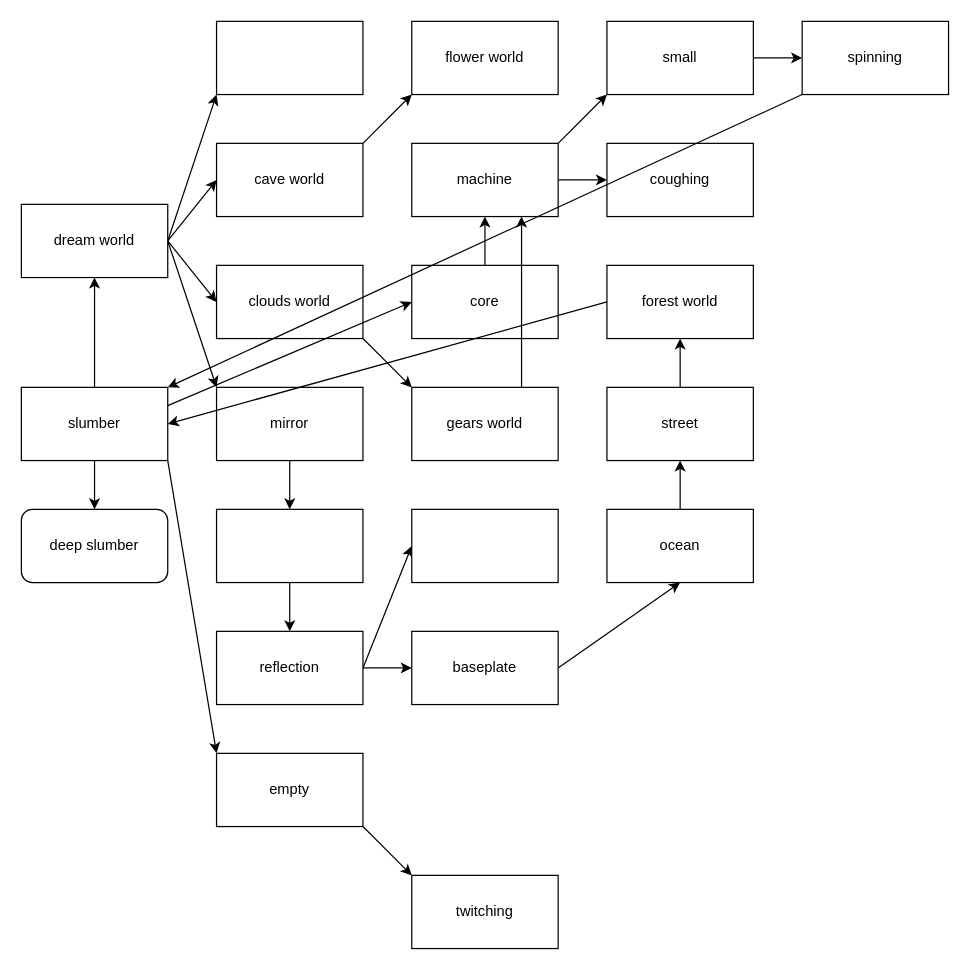
Before: dream diary roblock.drawio in frogdogprog/frogdogprog, a draw.io diagram. Source tidied: cells renumbered, new cells numbered last; positions are measured from the earlier drawing's top-left corner, leaving out a move shared by most shapes. Both pictures are drawn from the tidied source at 122%, with x=0, y=0 at pixel (21, 21).
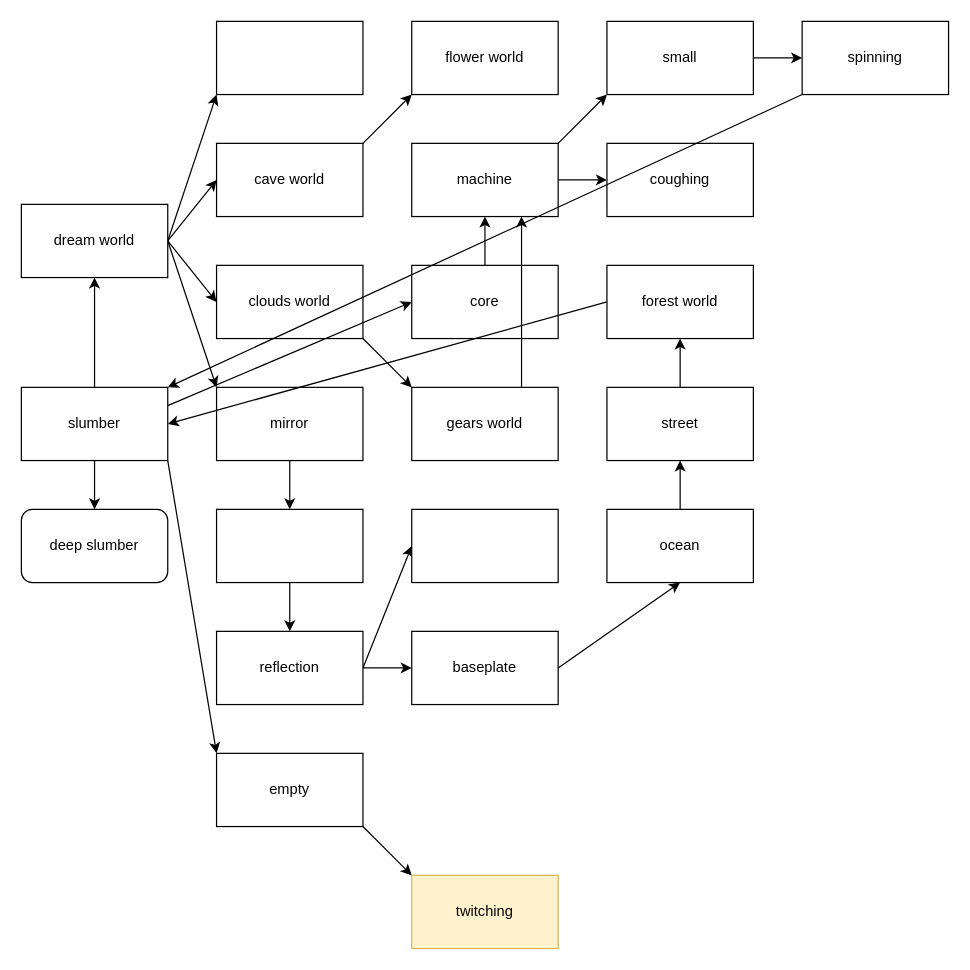
The same page after the edit.

Change to the diagram source:
```diff
@@
-    <mxCell id="49" value="twitching" style="rounded=0;whiteSpace=wrap;html=1;shadow=0;" parent="1" vertex="1">
+    <mxCell id="49" value="twitching" style="rounded=0;whiteSpace=wrap;html=1;shadow=0;fillColor=#fff2cc;strokeColor=#d6b656;" parent="1" vertex="1">
       <mxGeometry x="320" y="700" width="120" height="60" as="geometry" />
     </mxCell>
```
